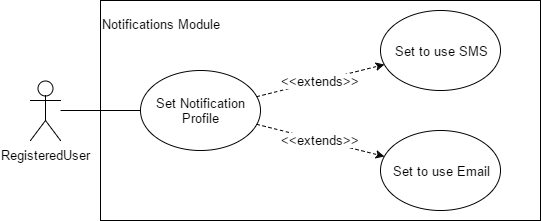
The draw.io diagram resources/images/notifications-profile-use-case.png in Quin10/COS_301_PHASE_2_TCL, before a commit. Source tidied: cells renumbered, new cells last; positions are measured from the earlier drawing's top-left corner, leaving out a move shared by most shapes.
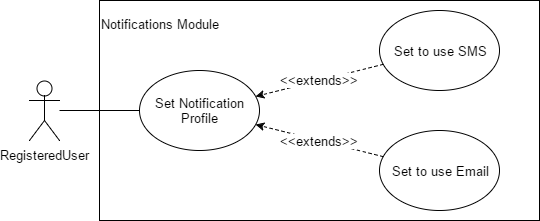
After the commit.

The edit, as a diff of the source:
```diff
@@ -22,13 +22,13 @@
     <mxCell id="7" value="Set to use SMS" style="ellipse;whiteSpace=wrap;html=1;strokeWidth=1;fontSize=13;align=center;" parent="1" vertex="1">
       <mxGeometry x="350" y="10" width="120" height="80" as="geometry" />
     </mxCell>
-    <mxCell id="8" value="&amp;lt;&amp;lt;extends&amp;gt;&amp;gt;" style="endArrow=classic;html=1;fontSize=13;endFill=1;dashed=1;" parent="1" edge="1" source="4" target="7">
+    <mxCell id="8" value="&amp;lt;&amp;lt;extends&amp;gt;&amp;gt;" style="endArrow=classic;html=1;fontSize=13;endFill=1;dashed=1;" parent="1" edge="1" source="7" target="4">
       <mxGeometry x="300" y="200" as="geometry" />
     </mxCell>
     <mxCell id="9" value="Set to use Email" style="ellipse;whiteSpace=wrap;html=1;strokeWidth=1;fontSize=13;align=center;" parent="1" vertex="1">
       <mxGeometry x="350" y="130" width="120" height="80" as="geometry" />
     </mxCell>
-    <mxCell id="10" value="&amp;lt;&amp;lt;extends&amp;gt;&amp;gt;" style="endArrow=classic;html=1;fontSize=13;endFill=1;dashed=1;" parent="1" edge="1" source="4" target="9">
+    <mxCell id="10" value="&amp;lt;&amp;lt;extends&amp;gt;&amp;gt;" style="endArrow=classic;html=1;fontSize=13;endFill=1;dashed=1;" parent="1" edge="1" source="9" target="4">
       <mxGeometry x="300" y="200" as="geometry" />
     </mxCell>
   </root>
```
